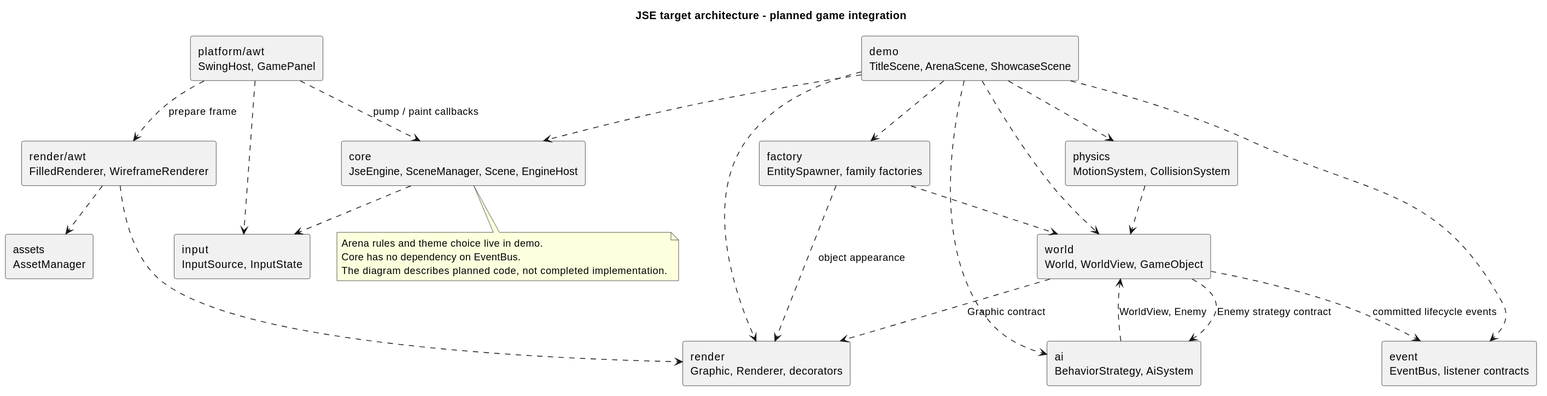
Above: docs/uml/rendered/architecture.svg in AlmazCode/JSE (PlantUML), before the change.
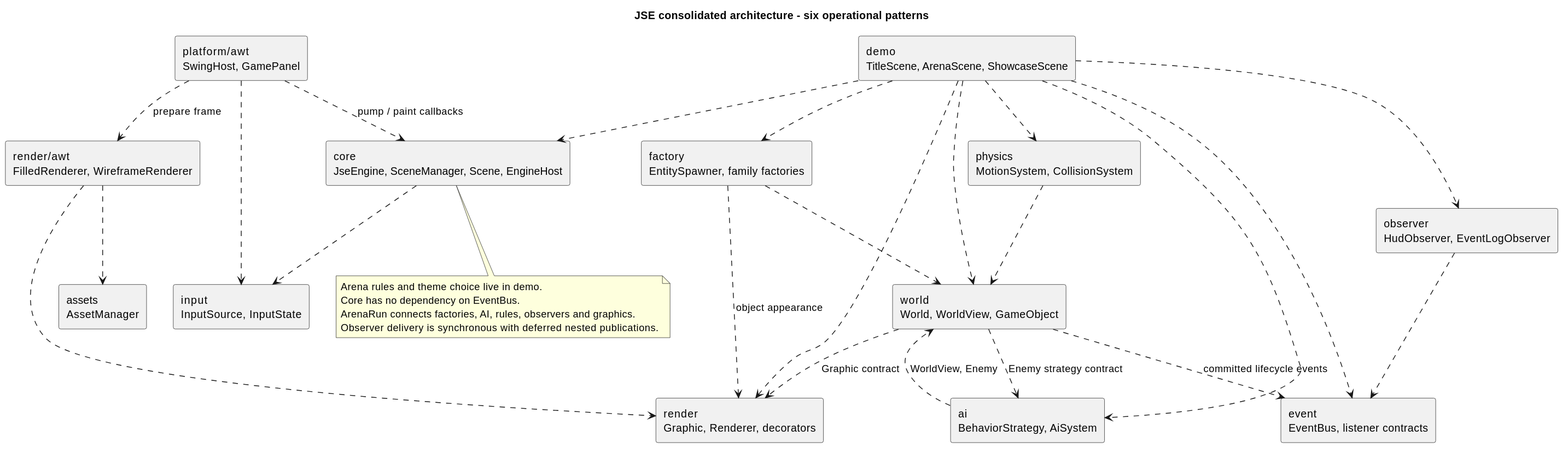
The same file after the commit.

The edit, as a diff of the source:
```diff
@@ -1,5 +1,5 @@
 @startuml
-title JSE target architecture - planned game integration
+title JSE consolidated architecture - six operational patterns
 skinparam componentStyle rectangle
 component "demo\nTitleScene, ArenaScene, ShowcaseScene" as demo
 component "core\nJseEngine, SceneManager, Scene, EngineHost" as core
@@ -10,6 +10,7 @@
 component "ai\nBehaviorStrategy, AiSystem" as ai
 component "physics\nMotionSystem, CollisionSystem" as physics
 component "event\nEventBus, listener contracts" as events
+component "observer\nHudObserver, EventLogObserver" as observers
 component "render\nGraphic, Renderer, decorators" as render
 component "render/awt\nFilledRenderer, WireframeRenderer" as awtrender
 component "assets\nAssetManager" as assets
@@ -18,6 +19,8 @@
 demo ..> factory
 demo ..> ai
 demo ..> physics
+demo ..> observers
+observers ..> events
 demo ..> events
 demo ..> render
 core ..> input
@@ -36,6 +39,7 @@
 note bottom of core
 Arena rules and theme choice live in demo.
 Core has no dependency on EventBus.
-The diagram describes planned code, not completed implementation.
+ArenaRun connects factories, AI, rules, observers and graphics.
+Observer delivery is synchronous with deferred nested publications.
 end note
 @enduml
```
